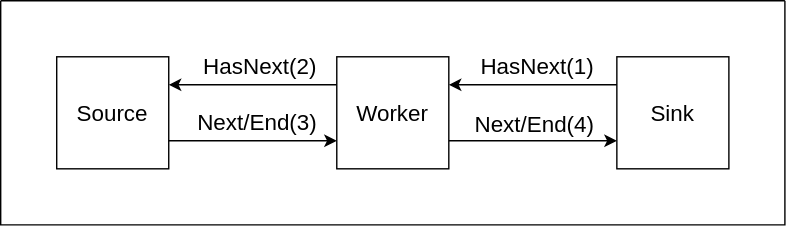
Above: doc/stream.drawio.svg in shlax/wisp (draw.io), before the change. Source tidied: cells renumbered, new cells last; positions are measured from the earlier drawing's top-left corner, leaving out a move shared by most shapes.
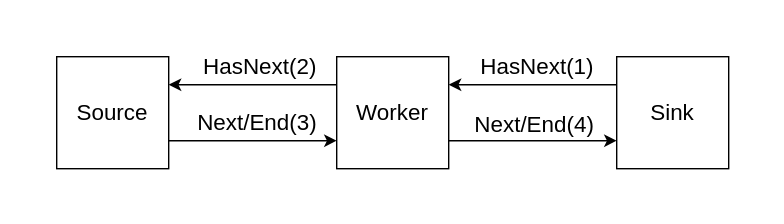
Later version of the same file.

The edit, as a diff of the source:
```diff
@@ -2,7 +2,7 @@
   <root>
     <mxCell id="0" />
     <mxCell id="1" parent="0" />
-    <mxCell id="2" style="swimlane;startSize=0;fillStyle=solid;rounded=1;perimeterSpacing=10;shadow=0;glass=0;labelBackgroundColor=default;" parent="1" vertex="1">
+    <mxCell id="2" style="swimlane;startSize=0;fillStyle=solid;rounded=1;perimeterSpacing=10;shadow=0;glass=0;labelBackgroundColor=default;swimlaneLine=0;strokeWidth=1;strokeColor=none;" parent="1" vertex="1">
       <mxGeometry width="560" height="160" as="geometry" />
     </mxCell>
     <mxCell id="3" value="Source" style="rounded=0;whiteSpace=wrap;html=1;fontSize=16;" parent="2" vertex="1">
```
